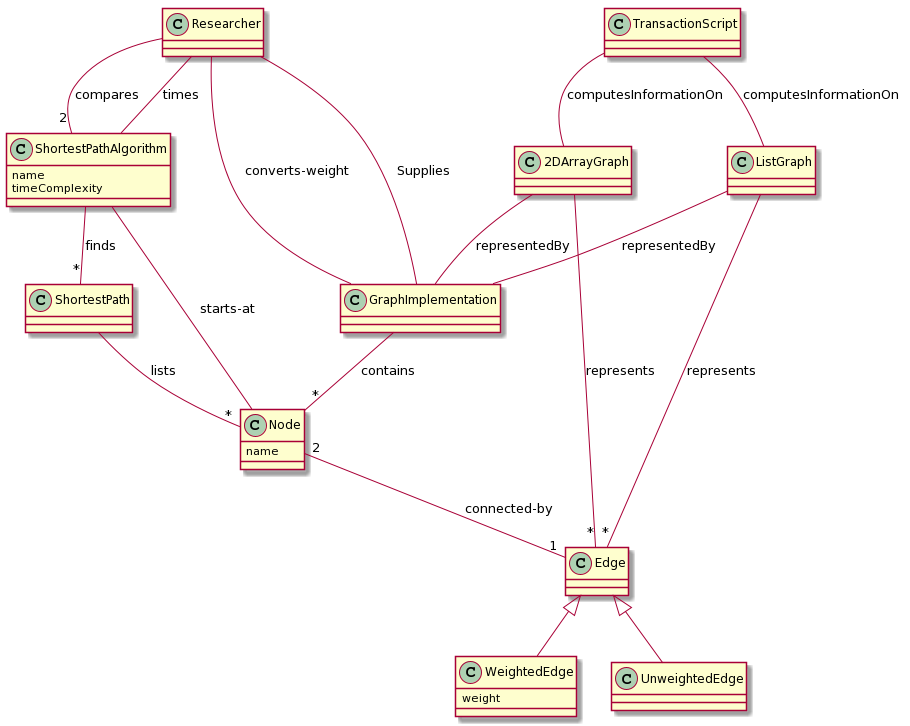
dgruninger97/Homework3 keeps this PlantUML diagram as images/FinalDomainModel2.png. Above is the earlier version. The source it was exported from:
```plantuml
@startuml
class Researcher{
}
class ShortestPathAlgorithm{
name
timeComplexity
}
class ShortestPath{
}
class GraphImplementation{
}
class Node{
name
}
class TransactionScript{
}
class ListGraph{
}
class 2DArrayGraph{
}
class WeightedEdge extends Edge{
weight
}
class UnweightedEdge extends Edge{
}
TransactionScript -- ListGraph:computesInformationOn
TransactionScript -- 2DArrayGraph:computesInformationOn
2DArrayGraph -- GraphImplementation:representedBy
ListGraph -- GraphImplementation:representedBy
Researcher -- "2"ShortestPathAlgorithm: compares
Researcher -- ShortestPathAlgorithm: times
Researcher -- GraphImplementation: Supplies
Researcher -- GraphImplementation:converts-weight
GraphImplementation--"*"Node:contains
ShortestPathAlgorithm --Node: starts-at
ShortestPath -- "*"Node:lists
ShortestPathAlgorithm -- "*"ShortestPath: finds
Node "2" -- "1" Edge:connected-by
ListGraph--"*"Edge:represents
2DArrayGraph--"*"Edge:represents
@enduml
```
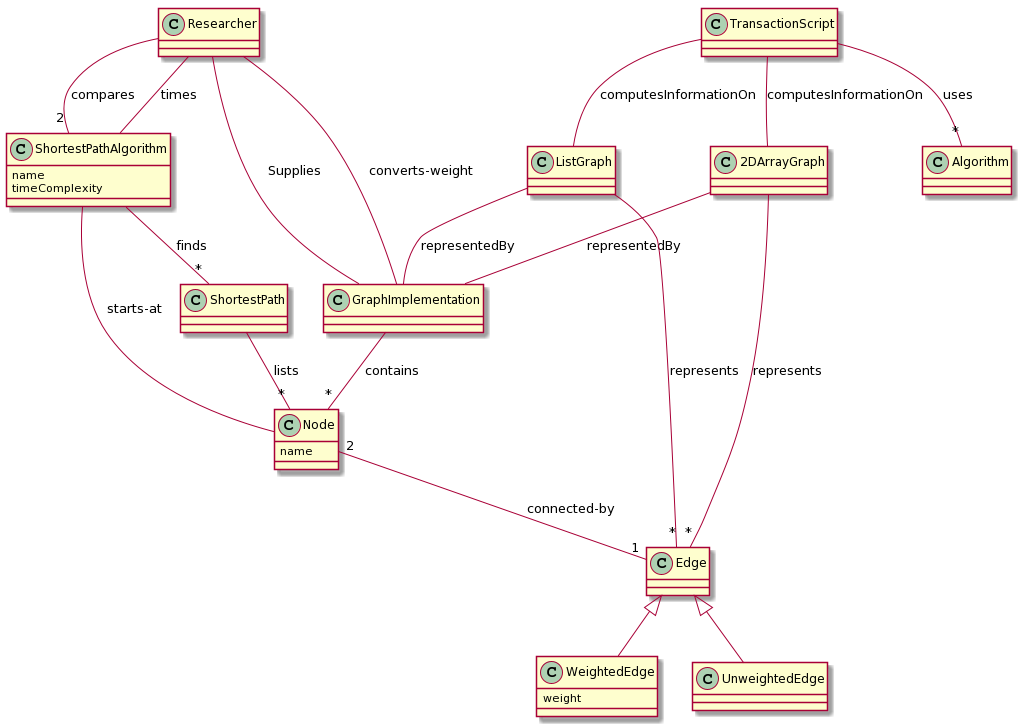
The same diagram one commit later.

Commit message:
Entry 3 class diagram

Diff of the diagram source:
```diff
@@ -38,4 +38,5 @@
 Node "2" -- "1" Edge:connected-by
 ListGraph--"*"Edge:represents
 2DArrayGraph--"*"Edge:represents
+TransactionScript --"*"Algorithm:uses
 @enduml
```
